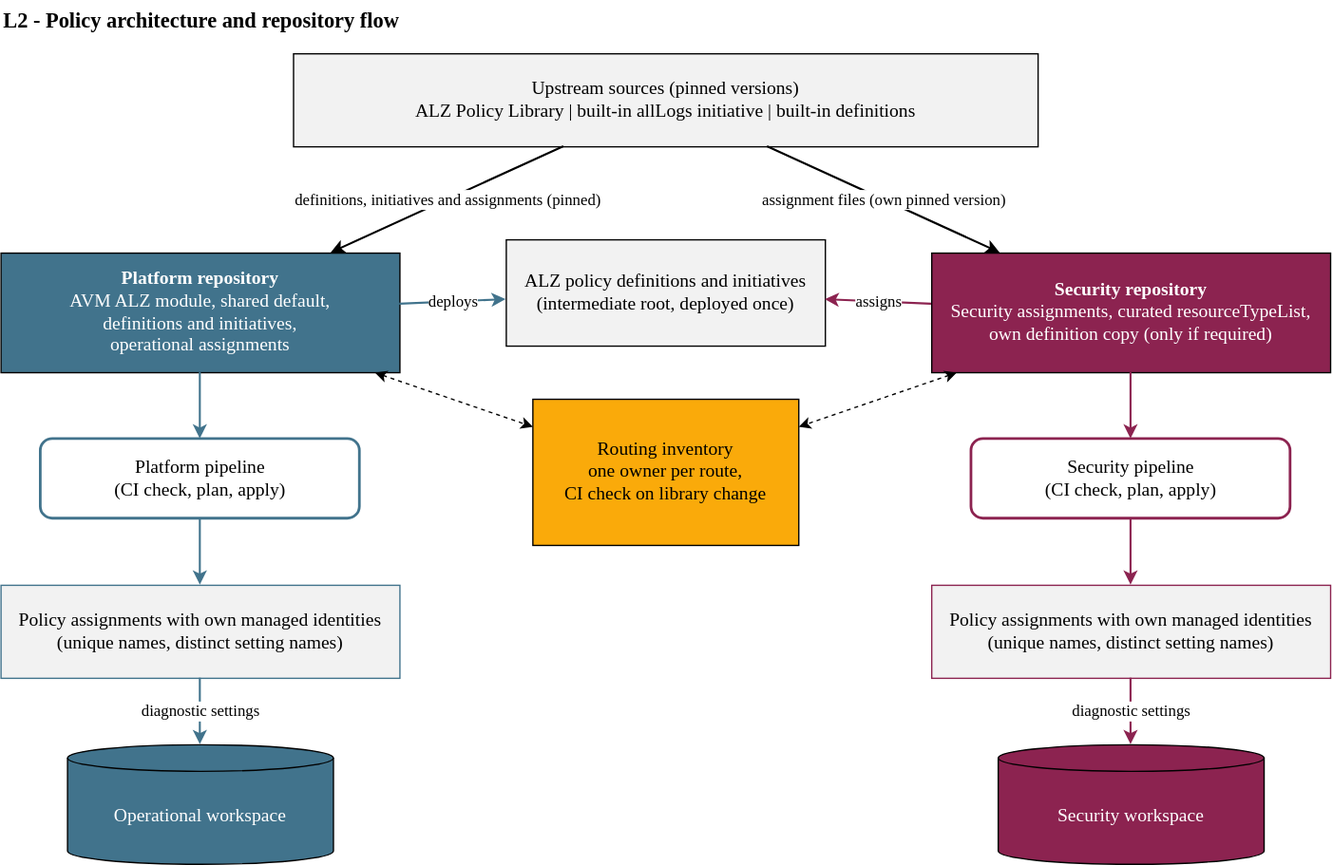
Earlier version of the draw.io export design/diagrams/L2-policy-repository-flow.svg (NikolaiKleppe/alz-diagnostic-log-design). Source tidied: cells renumbered, new cells last; positions are measured from the earlier drawing's top-left corner, leaving out a move shared by most shapes.
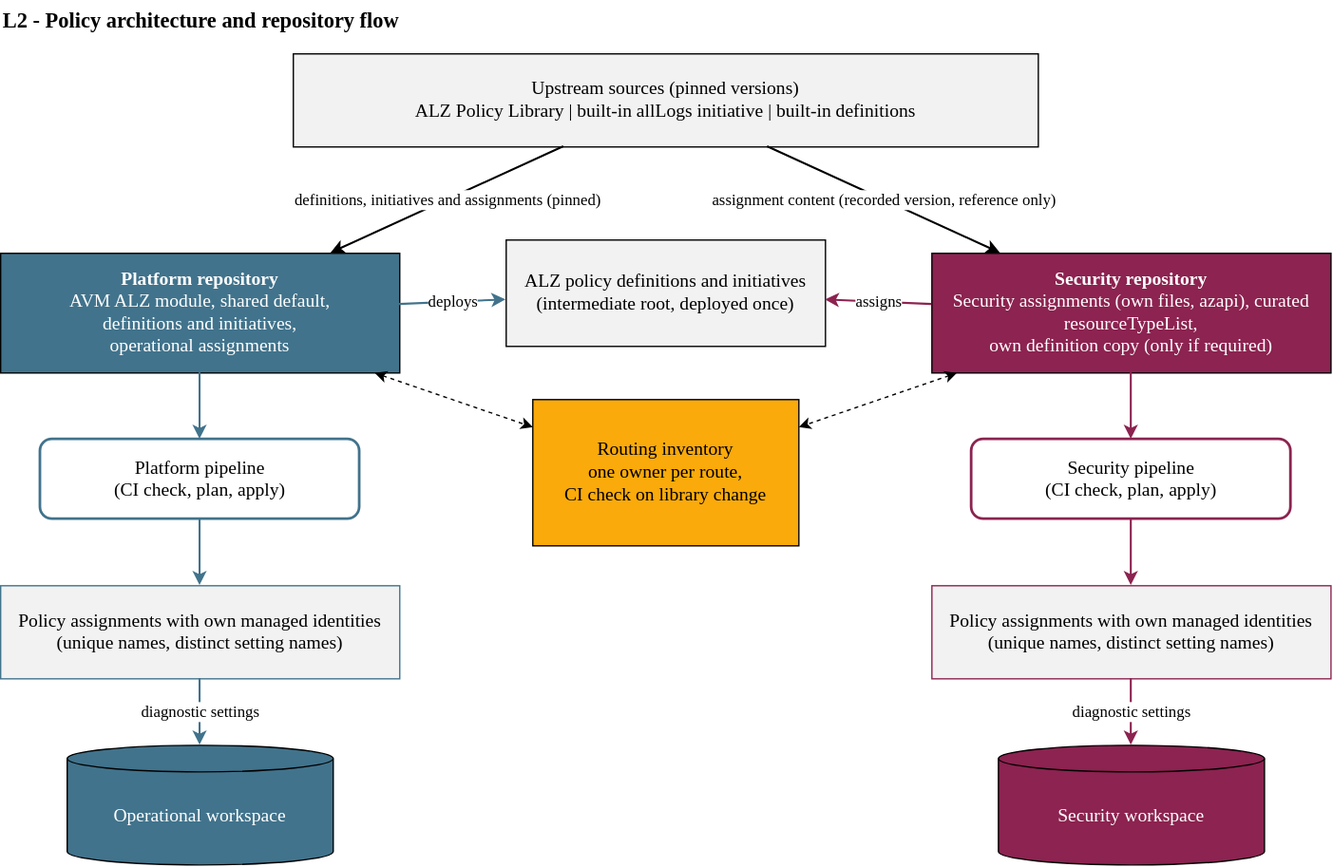
The same file after the commit.

Change to the diagram source:
```diff
@@ -11,7 +11,7 @@
     <mxCell id="4" value="&lt;b&gt;Platform repository&lt;/b&gt;&lt;br&gt;AVM ALZ module, shared default,&lt;br&gt;definitions and initiatives,&lt;br&gt;operational assignments" style="rounded=0;whiteSpace=wrap;html=1;fillColor=#41738C;strokeColor=#000000;fontColor=#FFFFFF;fontFamily=Calibri;fontSize=14;" parent="1" vertex="1">
       <mxGeometry y="190" width="300" height="90" as="geometry" />
     </mxCell>
-    <mxCell id="5" value="&lt;b&gt;Security repository&lt;/b&gt;&lt;br&gt;Security assignments, curated resourceTypeList,&lt;br&gt;own definition copy (only if required)" style="rounded=0;whiteSpace=wrap;html=1;fillColor=#8C2350;strokeColor=#000000;fontColor=#FFFFFF;fontFamily=Calibri;fontSize=14;" parent="1" vertex="1">
+    <mxCell id="5" value="&lt;b&gt;Security repository&lt;/b&gt;&lt;br&gt;Security assignments (own files, azapi), curated resourceTypeList,&lt;br&gt;own definition copy (only if required)" style="rounded=0;whiteSpace=wrap;html=1;fillColor=#8C2350;strokeColor=#000000;fontColor=#FFFFFF;fontFamily=Calibri;fontSize=14;" parent="1" vertex="1">
       <mxGeometry x="700" y="190" width="300" height="90" as="geometry" />
     </mxCell>
     <mxCell id="6" value="ALZ policy definitions and initiatives&#10;(intermediate root, deployed once)" style="rounded=0;whiteSpace=wrap;html=1;fillColor=#F2F2F2;strokeColor=#000000;fontFamily=Calibri;fontSize=14;" parent="1" vertex="1">
@@ -41,7 +41,7 @@
     <mxCell id="14" value="definitions, initiatives and assignments (pinned)" style="endArrow=classic;html=1;strokeColor=#000000;strokeWidth=1.5;fontFamily=Calibri;fontSize=12;" parent="1" edge="1" source="3" target="4">
       <mxGeometry relative="1" as="geometry" />
     </mxCell>
-    <mxCell id="15" value="assignment files (own pinned version)" style="endArrow=classic;html=1;strokeColor=#000000;strokeWidth=1.5;fontFamily=Calibri;fontSize=12;" parent="1" edge="1" source="3" target="5">
+    <mxCell id="15" value="assignment content (recorded version, reference only)" style="endArrow=classic;html=1;strokeColor=#000000;strokeWidth=1.5;fontFamily=Calibri;fontSize=12;" parent="1" edge="1" source="3" target="5">
       <mxGeometry relative="1" as="geometry" />
     </mxCell>
     <mxCell id="16" value="deploys" style="endArrow=classic;html=1;strokeColor=#41738C;strokeWidth=1.5;fontFamily=Calibri;fontSize=12;" parent="1" edge="1" source="4" target="6">
```
